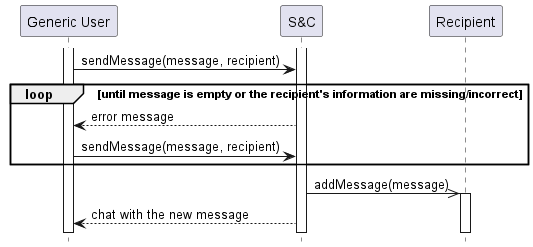
This is RASD/Specific_requirements/uml_diagrams/UC23_diagram.png from matti8702/R_and_DD_project_SE2, a PlantUML export, as it was before one commit. The source it was exported from:
```plantuml
@startuml UC23_diagram
hide footbox

participant "Generic User" as U
participant "S&C" AS S
participant "Recipient" as R

activate U
activate S

U -> S : sendMessage(message, recipient)
loop until message is empty or the recipient's information are missing/incorrect
    S --> U : error message
    U -> S : sendMessage(message, recipient)
end
S ->> R : addMessage(message)
activate R
S --> U : chat with the new message
@enduml
```
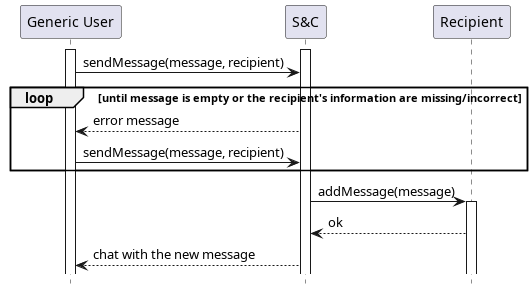
The same file after the commit.

The edit, as a diff of the source:
```diff
@@ -13,7 +13,8 @@
     S --> U : error message
     U -> S : sendMessage(message, recipient)
 end
-S ->> R : addMessage(message)
+S -> R : addMessage(message)
 activate R
+R --> S : ok
 S --> U : chat with the new message
 @enduml
```
